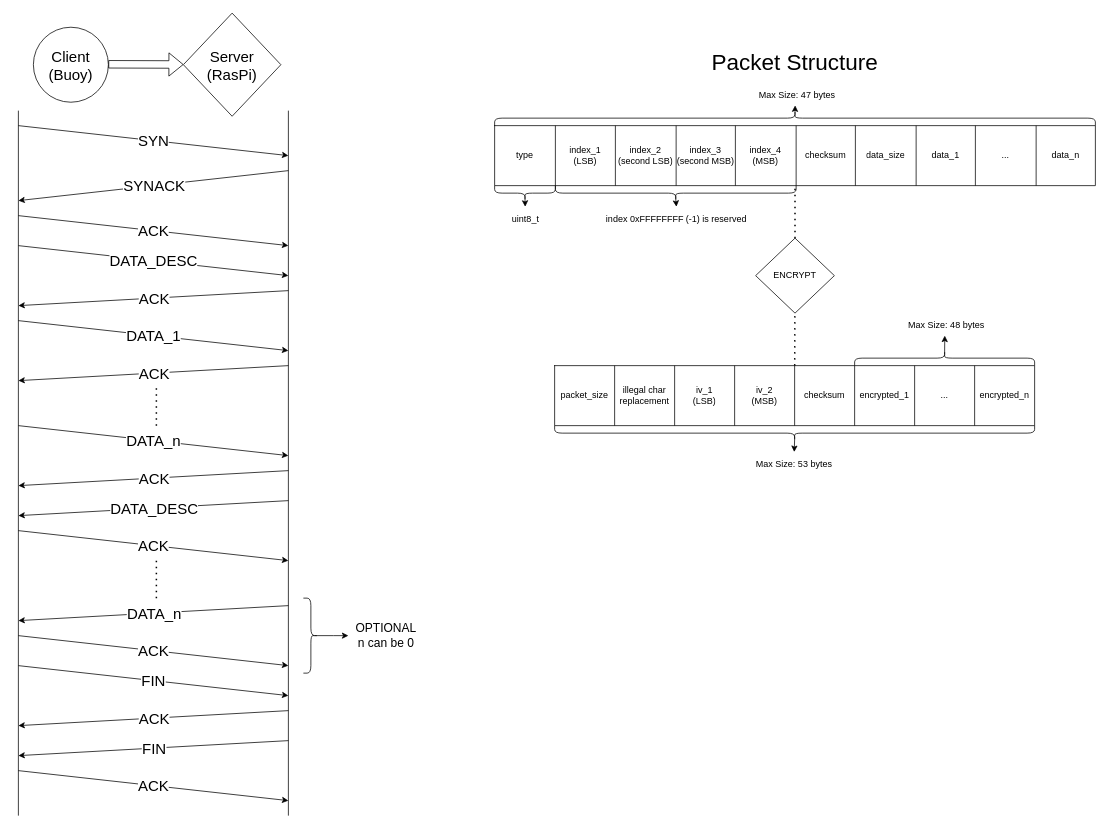
The draw.io diagram buoy_com_protocol.drawio in nickomodee/buoy-stm32, before the edit. Source tidied: cells renumbered, new cells numbered last; positions are measured from the earlier drawing's top-left corner, leaving out a move shared by most shapes. Both pictures are drawn from the tidied source at 75%, with x=0, y=0 at pixel (18, 13).
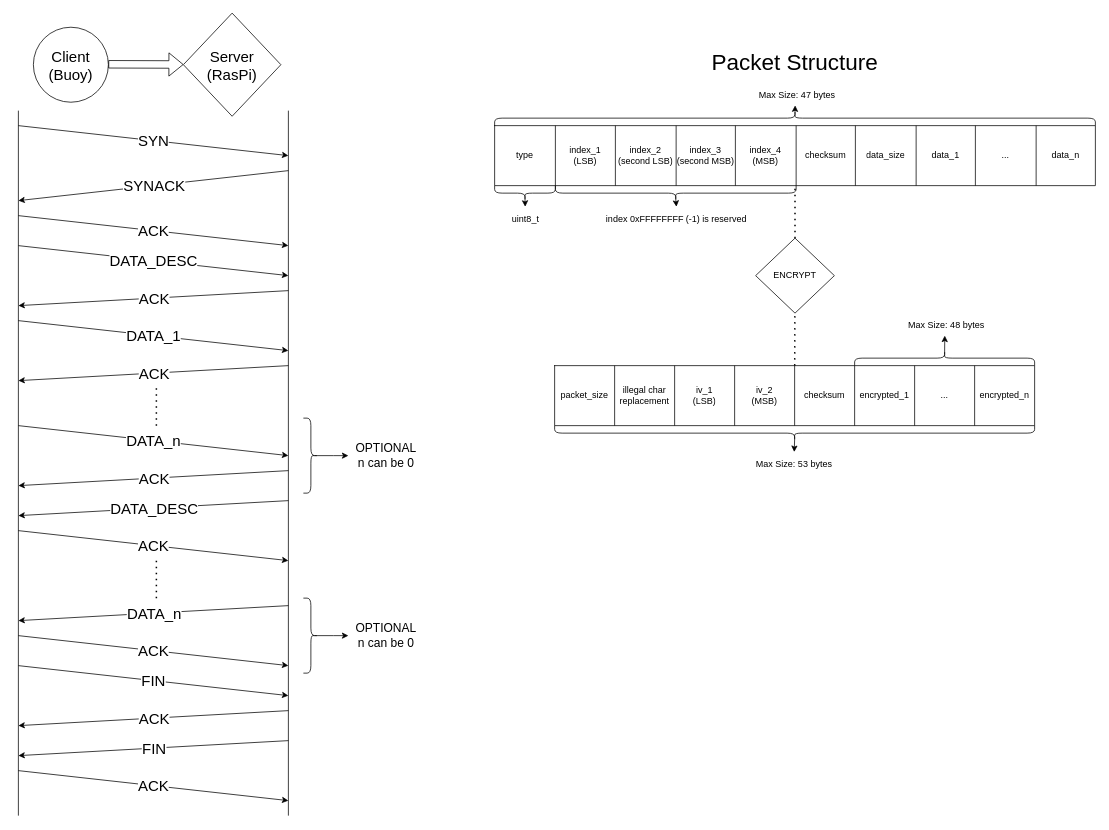
After the change.

Commit message (it also covers changes not shown here):
Updated BCP diagram. Updated BCP example configuration.

The change refers to these unchanged cells:
```xml
<mxCell id="3" style="group;" parent="1" vertex="1">
  <mxGeometry width="540" height="1070" as="geometry" />
</mxCell>
```

Diff of the diagram source:
```diff
@@
+    <mxCell id="91" style="edgeStyle=orthogonalEdgeStyle;rounded=0;jettySize=auto;html=1;exitX=0.1;exitY=0.5;exitDx=0;exitDy=0;exitPerimeter=0;" parent="3" edge="1" source="93">
+      <mxGeometry relative="1" as="geometry">
+        <mxPoint x="440" y="590" as="targetPoint" />
+      </mxGeometry>
+    </mxCell>
+    <mxCell id="92" style="group;" parent="3" vertex="1">
+      <mxGeometry x="380" y="540" width="160" height="100" as="geometry" />
+    </mxCell>
+    <mxCell id="93" style="shape=curlyBracket;whiteSpace=wrap;html=1;rounded=1;flipH=1;labelPosition=right;verticalLabelPosition=middle;align=left;verticalAlign=middle;" parent="92" vertex="1">
+      <mxGeometry width="20" height="100" as="geometry" />
+    </mxCell>
+    <mxCell id="94" value="&lt;font style=&quot;font-size: 16px;&quot;&gt;OPTIONAL&lt;/font&gt;&lt;div style=&quot;font-size: 16px;&quot;&gt;&lt;font style=&quot;font-size: 16px;&quot;&gt;n can be 0&lt;/font&gt;&lt;/div&gt;" style="text;html=1;align=center;verticalAlign=middle;strokeColor=none;fillColor=none;" parent="92" vertex="1">
+      <mxGeometry x="60" y="25" width="100" height="50" as="geometry" />
+    </mxCell>
```
